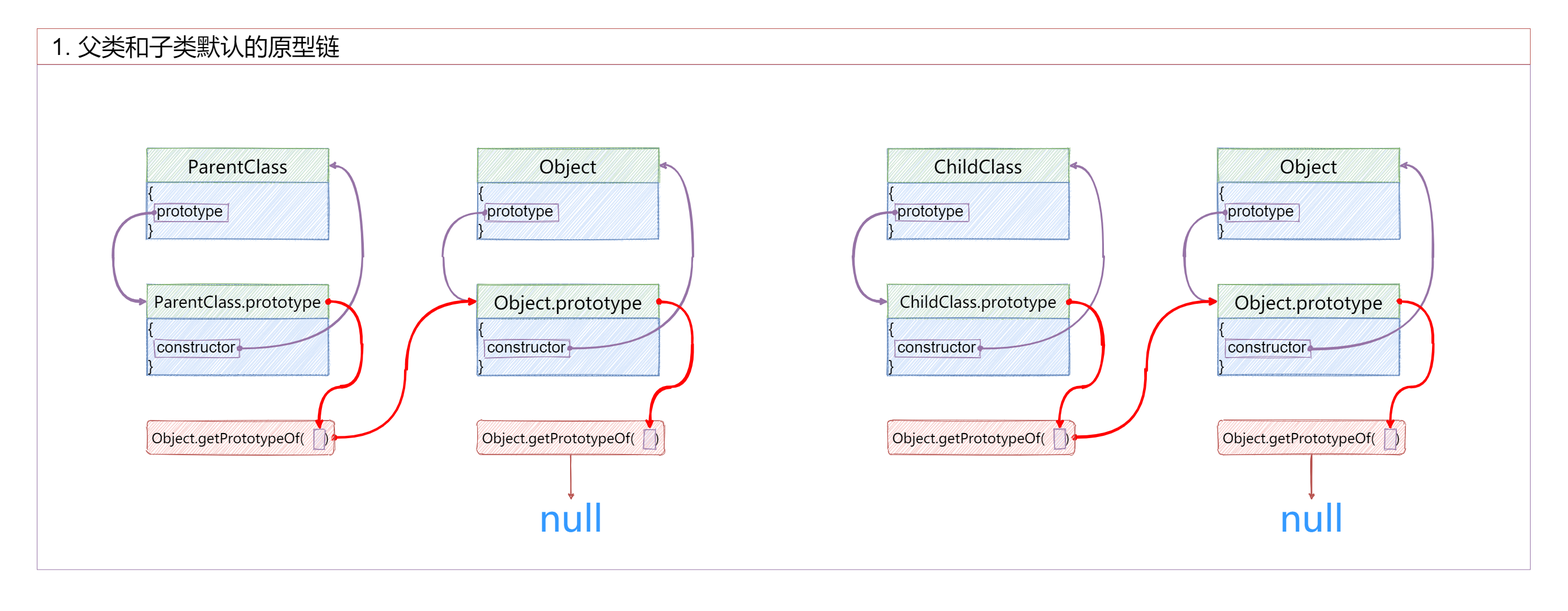
Above: 04_JavaScript高级语法/07_继承/image/03_寄生组合式继承解析2.png in ywanzhou/Learn-front-end-from-scratc (draw.io), before the change. Source tidied: cells renumbered, new cells last; positions are measured from the earlier drawing's top-left corner, leaving out a move shared by most shapes.
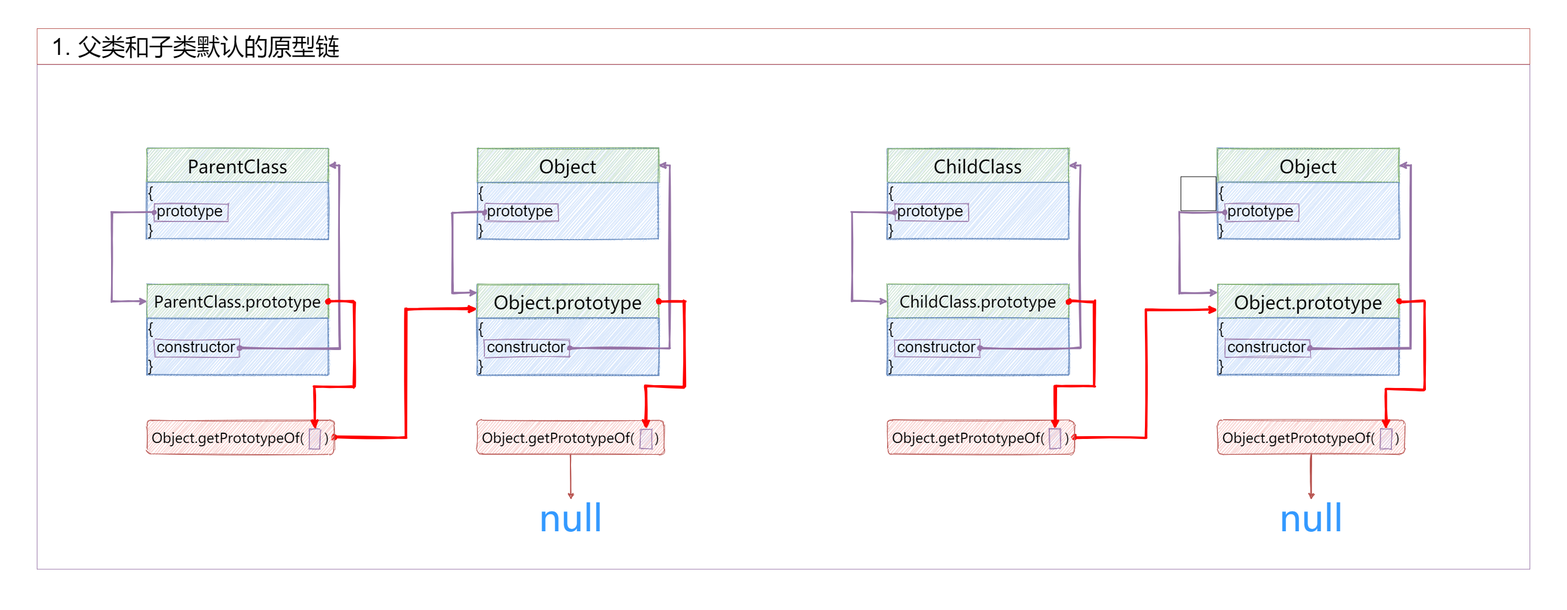
After the change.

What changed in the source:
```diff
@@ -2,6 +2,9 @@
   <root>
     <mxCell id="0" />
     <mxCell id="1" parent="0" />
+    <mxCell id="68" style="rounded=0;whiteSpace=wrap;html=1;fillColor=none;strokeColor=none;" parent="1" vertex="1">
+      <mxGeometry width="2765" height="1076" as="geometry" />
+    </mxCell>
     <mxCell id="2" style="rounded=0;whiteSpace=wrap;html=1;strokeColor=#9673a6;fillColor=none;" parent="1" vertex="1">
       <mxGeometry x="65" y="113.5" width="2635" height="891" as="geometry" />
     </mxCell>
@@ -26,24 +29,19 @@
     <mxCell id="9" value="&lt;font style=&quot;font-size: 28px&quot;&gt;{&lt;br&gt;&amp;nbsp; constructor&lt;br&gt;}&lt;/font&gt;" style="rounded=0;whiteSpace=wrap;html=1;fillColor=#dae8fc;strokeColor=#6c8ebf;align=left;sketch=1;" parent="1" vertex="1">
       <mxGeometry x="842" y="561.5" width="320" height="100" as="geometry" />
     </mxCell>
-    <mxCell id="10" style="edgeStyle=orthogonalEdgeStyle;curved=1;rounded=0;jettySize=auto;html=1;exitX=0;exitY=0.5;exitDx=0;exitDy=0;entryX=0;entryY=0.5;entryDx=0;entryDy=0;strokeWidth=3;fillColor=#e1d5e7;strokeColor=#9673a6;sketch=1;startArrow=oval;startFill=1;" parent="1" edge="1" source="11" target="6">
+    <mxCell id="10" style="edgeStyle=orthogonalEdgeStyle;rounded=0;jettySize=auto;html=1;exitX=0;exitY=0.5;exitDx=0;exitDy=0;entryX=0;entryY=0.25;entryDx=0;entryDy=0;strokeWidth=3;fillColor=#e1d5e7;strokeColor=#9673a6;sketch=1;startArrow=oval;startFill=1;" parent="1" edge="1" source="11" target="6">
       <mxGeometry relative="1" as="geometry">
         <Array as="points">
-          <mxPoint x="782" y="374.5" />
-          <mxPoint x="782" y="531.5" />
+          <mxPoint x="798" y="375" />
+          <mxPoint x="798" y="517" />
         </Array>
       </mxGeometry>
     </mxCell>
     <mxCell id="11" style="rounded=0;whiteSpace=wrap;html=1;strokeColor=#9673a6;fillColor=none;sketch=1;" parent="1" vertex="1">
       <mxGeometry x="855" y="359" width="130" height="31" as="geometry" />
     </mxCell>
-    <mxCell id="12" style="edgeStyle=orthogonalEdgeStyle;curved=1;rounded=0;jettySize=auto;html=1;exitX=1;exitY=0.5;exitDx=0;exitDy=0;entryX=1;entryY=0.5;entryDx=0;entryDy=0;strokeWidth=3;fillColor=#e1d5e7;strokeColor=#9673a6;sketch=1;startArrow=oval;startFill=1;" parent="1" edge="1" source="13" target="4">
-      <mxGeometry relative="1" as="geometry">
-        <Array as="points">
-          <mxPoint x="1222" y="614.5" />
-          <mxPoint x="1222" y="291.5" />
-        </Array>
-      </mxGeometry>
+    <mxCell id="12" style="edgeStyle=orthogonalEdgeStyle;rounded=0;jettySize=auto;html=1;exitX=1;exitY=0.5;exitDx=0;exitDy=0;entryX=1;entryY=0.5;entryDx=0;entryDy=0;strokeWidth=3;fillColor=#e1d5e7;strokeColor=#9673a6;sketch=1;startArrow=oval;startFill=1;" parent="1" edge="1" source="13" target="4">
+      <mxGeometry relative="1" as="geometry" />
     </mxCell>
     <mxCell id="13" style="rounded=0;whiteSpace=wrap;html=1;strokeColor=#9673a6;fillColor=none;sketch=1;" parent="1" vertex="1">
       <mxGeometry x="855" y="599" width="150" height="31" as="geometry" />
@@ -55,14 +53,14 @@
       <mxGeometry x="842" y="741.5" width="330" height="60" as="geometry" />
     </mxCell>
     <mxCell id="16" style="rounded=0;whiteSpace=wrap;html=1;fillColor=#e1d5e7;strokeColor=#9673a6;sketch=1;" parent="1" vertex="1">
-      <mxGeometry x="1136" y="757" width="20" height="35" as="geometry" />
+      <mxGeometry x="1130" y="757" width="20" height="35" as="geometry" />
     </mxCell>
-    <mxCell id="17" style="edgeStyle=orthogonalEdgeStyle;curved=1;rounded=0;jettySize=auto;html=1;exitX=1;exitY=0.5;exitDx=0;exitDy=0;entryX=0.5;entryY=0;entryDx=0;entryDy=0;strokeWidth=4;fillColor=#f8cecc;sketch=1;startArrow=oval;startFill=1;strokeColor=#FF0000;" parent="1" edge="1" source="6" target="16">
+    <mxCell id="17" style="edgeStyle=orthogonalEdgeStyle;rounded=0;jettySize=auto;html=1;exitX=1;exitY=0.5;exitDx=0;exitDy=0;entryX=0.5;entryY=0;entryDx=0;entryDy=0;strokeWidth=4;fillColor=#f8cecc;sketch=1;startArrow=oval;startFill=1;strokeColor=#FF0000;" parent="1" edge="1" source="6" target="16">
       <mxGeometry relative="1" as="geometry">
         <Array as="points">
-          <mxPoint x="1222" y="531.5" />
-          <mxPoint x="1222" y="681.5" />
-          <mxPoint x="1146" y="681.5" />
+          <mxPoint x="1208" y="532" />
+          <mxPoint x="1208" y="682" />
+          <mxPoint x="1140" y="682" />
         </Array>
       </mxGeometry>
     </mxCell>
@@ -90,53 +88,40 @@
     <mxCell id="25" value="&lt;font style=&quot;font-size: 28px&quot;&gt;{&lt;br&gt;&amp;nbsp; constructor&lt;br&gt;}&lt;/font&gt;" style="rounded=0;whiteSpace=wrap;html=1;fillColor=#dae8fc;strokeColor=#6c8ebf;align=left;sketch=1;" parent="1" vertex="1">
       <mxGeometry x="259" y="561.5" width="320" height="100" as="geometry" />
     </mxCell>
-    <mxCell id="26" style="edgeStyle=orthogonalEdgeStyle;curved=1;rounded=0;jettySize=auto;html=1;exitX=0;exitY=0.5;exitDx=0;exitDy=0;entryX=0;entryY=0.5;entryDx=0;entryDy=0;strokeWidth=3;fillColor=#e1d5e7;strokeColor=#9673a6;sketch=1;" parent="1" edge="1" source="27" target="22">
-      <mxGeometry relative="1" as="geometry">
-        <Array as="points">
-          <mxPoint x="199" y="374.5" />
-          <mxPoint x="199" y="531.5" />
-        </Array>
-      </mxGeometry>
-    </mxCell>
     <mxCell id="27" style="rounded=0;whiteSpace=wrap;html=1;strokeColor=#9673a6;fillColor=none;sketch=1;" parent="1" vertex="1">
       <mxGeometry x="272" y="359" width="130" height="31" as="geometry" />
     </mxCell>
-    <mxCell id="28" style="edgeStyle=orthogonalEdgeStyle;curved=1;rounded=0;jettySize=auto;html=1;exitX=1;exitY=0.5;exitDx=0;exitDy=0;entryX=1;entryY=0.5;entryDx=0;entryDy=0;strokeWidth=3;fillColor=#e1d5e7;strokeColor=#9673a6;sketch=1;startArrow=oval;startFill=1;" parent="1" edge="1" source="29" target="20">
-      <mxGeometry relative="1" as="geometry">
-        <Array as="points">
-          <mxPoint x="639" y="614.5" />
-          <mxPoint x="639" y="291.5" />
-        </Array>
-      </mxGeometry>
+    <mxCell id="28" style="edgeStyle=orthogonalEdgeStyle;rounded=0;jettySize=auto;html=1;exitX=1;exitY=0.5;exitDx=0;exitDy=0;entryX=1;entryY=0.5;entryDx=0;entryDy=0;strokeWidth=3;fillColor=#e1d5e7;strokeColor=#9673a6;sketch=1;startArrow=oval;startFill=1;" parent="1" edge="1" source="29" target="20">
+      <mxGeometry relative="1" as="geometry" />
     </mxCell>
     <mxCell id="29" style="rounded=0;whiteSpace=wrap;html=1;strokeColor=#9673a6;fillColor=none;sketch=1;" parent="1" vertex="1">
       <mxGeometry x="272" y="599" width="150" height="31" as="geometry" />
     </mxCell>
-    <mxCell id="30" style="edgeStyle=orthogonalEdgeStyle;curved=1;rounded=0;jettySize=auto;html=1;exitX=1;exitY=0.5;exitDx=0;exitDy=0;entryX=0;entryY=0.5;entryDx=0;entryDy=0;strokeWidth=4;fillColor=#f8cecc;sketch=1;startArrow=oval;startFill=1;strokeColor=#FF0000;" parent="1" edge="1" source="31" target="6">
+    <mxCell id="30" style="edgeStyle=orthogonalEdgeStyle;rounded=0;jettySize=auto;html=1;exitX=1;exitY=0.5;exitDx=0;exitDy=0;entryX=-0.001;entryY=0.728;entryDx=0;entryDy=0;strokeWidth=4;fillColor=#f8cecc;sketch=1;startArrow=oval;startFill=1;strokeColor=#FF0000;entryPerimeter=0;" parent="1" edge="1" source="31" target="6">
       <mxGeometry relative="1" as="geometry" />
     </mxCell>
     <mxCell id="31" value="&lt;font face=&quot;ZCOOL KuaiLe&quot; style=&quot;font-size: 24px&quot;&gt;Object.getPrototypeOf(&lt;/font&gt;&lt;font face=&quot;ZCOOL KuaiLe&quot; size=&quot;1&quot;&gt;&amp;nbsp; &amp;nbsp; &amp;nbsp; &amp;nbsp; &amp;nbsp; &amp;nbsp;&amp;nbsp;&lt;/font&gt;&lt;font face=&quot;ZCOOL KuaiLe&quot; style=&quot;font-size: 24px&quot;&gt;)&lt;/font&gt;" style="rounded=1;whiteSpace=wrap;html=1;fillColor=#f8cecc;strokeColor=#b85450;sketch=1;" parent="1" vertex="1">
       <mxGeometry x="259" y="741.5" width="330" height="60" as="geometry" />
     </mxCell>
     <mxCell id="32" style="rounded=0;whiteSpace=wrap;html=1;fillColor=#e1d5e7;strokeColor=#9673a6;sketch=1;" parent="1" vertex="1">
-      <mxGeometry x="553" y="757" width="20" height="35" as="geometry" />
+      <mxGeometry x="545" y="757" width="20" height="35" as="geometry" />
     </mxCell>
-    <mxCell id="33" style="edgeStyle=orthogonalEdgeStyle;curved=1;rounded=0;jettySize=auto;html=1;exitX=1;exitY=0.5;exitDx=0;exitDy=0;entryX=0.5;entryY=0;entryDx=0;entryDy=0;strokeWidth=4;fillColor=#f8cecc;sketch=1;startArrow=oval;startFill=1;strokeColor=#FF0000;" parent="1" edge="1" source="22" target="32">
+    <mxCell id="33" style="edgeStyle=orthogonalEdgeStyle;rounded=0;jettySize=auto;html=1;exitX=1;exitY=0.5;exitDx=0;exitDy=0;entryX=0.5;entryY=0;entryDx=0;entryDy=0;strokeWidth=4;fillColor=#f8cecc;sketch=1;startArrow=oval;startFill=1;strokeColor=#FF0000;" parent="1" edge="1" source="22" target="32">
       <mxGeometry relative="1" as="geometry">
         <Array as="points">
-          <mxPoint x="639" y="531.5" />
-          <mxPoint x="639" y="681.5" />
-          <mxPoint x="563" y="681.5" />
+          <mxPoint x="624" y="531" />
+          <mxPoint x="624" y="683" />
+          <mxPoint x="555" y="683" />
         </Array>
       </mxGeometry>
     </mxCell>
-    <mxCell id="34" style="edgeStyle=orthogonalEdgeStyle;curved=1;rounded=0;orthogonalLoop=1;jettySize=auto;html=1;exitX=0;exitY=0.5;exitDx=0;exitDy=0;entryX=0;entryY=0.5;entryDx=0;entryDy=0;strokeWidth=3;fillColor=#e1d5e7;strokeColor=#9673a6;sketch=1;startArrow=oval;startFill=1;" parent="1" edge="1">
+    <mxCell id="34" style="edgeStyle=orthogonalEdgeStyle;rounded=0;orthogonalLoop=1;jettySize=auto;html=1;exitX=0;exitY=0.5;exitDx=0;exitDy=0;entryX=0;entryY=0.5;entryDx=0;entryDy=0;strokeWidth=3;fillColor=#e1d5e7;strokeColor=#9673a6;sketch=1;startArrow=oval;startFill=1;" parent="1" edge="1">
       <mxGeometry relative="1" as="geometry">
         <mxPoint x="272" y="374.5" as="sourcePoint" />
         <mxPoint x="259" y="531.5" as="targetPoint" />
         <Array as="points">
-          <mxPoint x="199" y="374.5" />
-          <mxPoint x="199" y="531.5" />
+          <mxPoint x="197" y="375" />
+          <mxPoint x="197" y="532" />
         </Array>
       </mxGeometry>
     </mxCell>
@@ -161,24 +146,19 @@
     <mxCell id="41" value="&lt;font style=&quot;font-size: 28px&quot;&gt;{&lt;br&gt;&amp;nbsp; constructor&lt;br&gt;}&lt;/font&gt;" style="rounded=0;whiteSpace=wrap;html=1;fillColor=#dae8fc;strokeColor=#6c8ebf;align=left;sketch=1;" parent="1" vertex="1">
       <mxGeometry x="2149" y="561.5" width="320" height="100" as="geometry" />
     </mxCell>
-    <mxCell id="42" style="edgeStyle=orthogonalEdgeStyle;curved=1;rounded=0;jettySize=auto;html=1;exitX=0;exitY=0.5;exitDx=0;exitDy=0;entryX=0;entryY=0.5;entryDx=0;entryDy=0;strokeWidth=3;fillColor=#e1d5e7;strokeColor=#9673a6;sketch=1;startArrow=oval;startFill=1;" parent="1" edge="1" source="43" target="38">
+    <mxCell id="42" style="edgeStyle=orthogonalEdgeStyle;rounded=0;jettySize=auto;html=1;exitX=0;exitY=0.5;exitDx=0;exitDy=0;entryX=0;entryY=0.25;entryDx=0;entryDy=0;strokeWidth=3;fillColor=#e1d5e7;strokeColor=#9673a6;sketch=1;startArrow=oval;startFill=1;" parent="1" edge="1" source="43" target="38">
       <mxGeometry relative="1" as="geometry">
         <Array as="points">
-          <mxPoint x="2089" y="374.5" />
-          <mxPoint x="2089" y="531.5" />
+          <mxPoint x="2082" y="374" />
+          <mxPoint x="2082" y="516" />
         </Array>
       </mxGeometry>
     </mxCell>
     <mxCell id="43" style="rounded=0;whiteSpace=wrap;html=1;strokeColor=#9673a6;fillColor=none;sketch=1;" parent="1" vertex="1">
       <mxGeometry x="2162" y="359" width="130" height="31" as="geometry" />
     </mxCell>
-    <mxCell id="44" style="edgeStyle=orthogonalEdgeStyle;curved=1;rounded=0;jettySize=auto;html=1;exitX=1;exitY=0.5;exitDx=0;exitDy=0;entryX=1;entryY=0.5;entryDx=0;entryDy=0;strokeWidth=3;fillColor=#e1d5e7;strokeColor=#9673a6;sketch=1;startArrow=oval;startFill=1;" parent="1" edge="1" source="45" target="36">
-      <mxGeometry relative="1" as="geometry">
-        <Array as="points">
-          <mxPoint x="2529" y="614.5" />
-          <mxPoint x="2529" y="291.5" />
-        </Array>
-      </mxGeometry>
+    <mxCell id="44" style="edgeStyle=orthogonalEdgeStyle;rounded=0;jettySize=auto;html=1;exitX=1;exitY=0.5;exitDx=0;exitDy=0;entryX=1;entryY=0.5;entryDx=0;entryDy=0;strokeWidth=3;fillColor=#e1d5e7;strokeColor=#9673a6;sketch=1;startArrow=oval;startFill=1;" parent="1" edge="1" source="45" target="36">
+      <mxGeometry relative="1" as="geometry" />
     </mxCell>
     <mxCell id="45" style="rounded=0;whiteSpace=wrap;html=1;strokeColor=#9673a6;fillColor=none;sketch=1;" parent="1" vertex="1">
       <mxGeometry x="2162" y="599" width="150" height="31" as="geometry" />
@@ -190,14 +170,14 @@
       <mxGeometry x="2149" y="741.5" width="330" height="60" as="geometry" />
     </mxCell>
     <mxCell id="48" style="rounded=0;whiteSpace=wrap;html=1;fillColor=#e1d5e7;strokeColor=#9673a6;sketch=1;" parent="1" vertex="1">
-      <mxGeometry x="2443" y="757" width="20" height="35" as="geometry" />
+      <mxGeometry x="2436" y="757" width="20" height="35" as="geometry" />
     </mxCell>
-    <mxCell id="49" style="edgeStyle=orthogonalEdgeStyle;curved=1;rounded=0;jettySize=auto;html=1;exitX=1;exitY=0.5;exitDx=0;exitDy=0;entryX=0.5;entryY=0;entryDx=0;entryDy=0;strokeWidth=4;fillColor=#f8cecc;sketch=1;startArrow=oval;startFill=1;strokeColor=#FF0000;" parent="1" edge="1" source="38" target="48">
+    <mxCell id="49" style="edgeStyle=orthogonalEdgeStyle;rounded=0;jettySize=auto;html=1;exitX=1;exitY=0.5;exitDx=0;exitDy=0;entryX=0.5;entryY=0;entryDx=0;entryDy=0;strokeWidth=4;fillColor=#f8cecc;sketch=1;startArrow=oval;startFill=1;strokeColor=#FF0000;" parent="1" edge="1" source="38" target="48">
       <mxGeometry relative="1" as="geometry">
         <Array as="points">
-          <mxPoint x="2529" y="531.5" />
-          <mxPoint x="2529" y="681.5" />
-          <mxPoint x="2453" y="681.5" />
+          <mxPoint x="2514" y="532" />
+          <mxPoint x="2514" y="687" />
+          <mxPoint x="2446" y="687" />
         </Array>
       </mxGeometry>
     </mxCell>
@@ -225,61 +205,48 @@
     <mxCell id="57" value="&lt;font style=&quot;font-size: 28px&quot;&gt;{&lt;br&gt;&amp;nbsp; constructor&lt;br&gt;}&lt;/font&gt;" style="rounded=0;whiteSpace=wrap;html=1;fillColor=#dae8fc;strokeColor=#6c8ebf;align=left;sketch=1;" parent="1" vertex="1">
       <mxGeometry x="1566" y="561.5" width="320" height="100" as="geometry" />
     </mxCell>
-    <mxCell id="58" style="edgeStyle=orthogonalEdgeStyle;curved=1;rounded=0;jettySize=auto;html=1;exitX=0;exitY=0.5;exitDx=0;exitDy=0;entryX=0;entryY=0.5;entryDx=0;entryDy=0;strokeWidth=3;fillColor=#e1d5e7;strokeColor=#9673a6;sketch=1;" parent="1" edge="1" source="59" target="54">
-      <mxGeometry relative="1" as="geometry">
-        <Array as="points">
-          <mxPoint x="1506" y="374.5" />
-          <mxPoint x="1506" y="531.5" />
-        </Array>
-      </mxGeometry>
-    </mxCell>
     <mxCell id="59" style="rounded=0;whiteSpace=wrap;html=1;strokeColor=#9673a6;fillColor=none;sketch=1;" parent="1" vertex="1">
       <mxGeometry x="1579" y="359" width="130" height="31" as="geometry" />
     </mxCell>
-    <mxCell id="60" style="edgeStyle=orthogonalEdgeStyle;curved=1;rounded=0;jettySize=auto;html=1;exitX=1;exitY=0.5;exitDx=0;exitDy=0;entryX=1;entryY=0.5;entryDx=0;entryDy=0;strokeWidth=3;fillColor=#e1d5e7;strokeColor=#9673a6;sketch=1;startArrow=oval;startFill=1;" parent="1" edge="1" source="61" target="52">
-      <mxGeometry relative="1" as="geometry">
-        <Array as="points">
-          <mxPoint x="1946" y="614.5" />
-          <mxPoint x="1946" y="291.5" />
-        </Array>
-      </mxGeometry>
+    <mxCell id="60" style="edgeStyle=orthogonalEdgeStyle;rounded=0;jettySize=auto;html=1;exitX=1;exitY=0.5;exitDx=0;exitDy=0;entryX=1;entryY=0.5;entryDx=0;entryDy=0;strokeWidth=3;fillColor=#e1d5e7;strokeColor=#9673a6;sketch=1;startArrow=oval;startFill=1;" parent="1" edge="1" source="61" target="52">
+      <mxGeometry relative="1" as="geometry" />
     </mxCell>
     <mxCell id="61" style="rounded=0;whiteSpace=wrap;html=1;strokeColor=#9673a6;fillColor=none;sketch=1;" parent="1" vertex="1">
       <mxGeometry x="1579" y="599" width="150" height="31" as="geometry" />
     </mxCell>
-    <mxCell id="62" style="edgeStyle=orthogonalEdgeStyle;curved=1;rounded=0;jettySize=auto;html=1;exitX=1;exitY=0.5;exitDx=0;exitDy=0;entryX=0;entryY=0.5;entryDx=0;entryDy=0;strokeWidth=4;fillColor=#f8cecc;sketch=1;startArrow=oval;startFill=1;strokeColor=#FF0000;" parent="1" edge="1" source="63" target="38">
+    <mxCell id="62" style="edgeStyle=orthogonalEdgeStyle;rounded=0;jettySize=auto;html=1;exitX=1;exitY=0.5;exitDx=0;exitDy=0;entryX=0;entryY=0.75;entryDx=0;entryDy=0;strokeWidth=4;fillColor=#f8cecc;sketch=1;startArrow=oval;startFill=1;strokeColor=#FF0000;" parent="1" edge="1" source="63" target="38">
       <mxGeometry relative="1" as="geometry" />
     </mxCell>
     <mxCell id="63" value="&lt;font face=&quot;ZCOOL KuaiLe&quot; style=&quot;font-size: 24px&quot;&gt;Object.getPrototypeOf(&lt;/font&gt;&lt;font face=&quot;ZCOOL KuaiLe&quot; size=&quot;1&quot;&gt;&amp;nbsp; &amp;nbsp; &amp;nbsp; &amp;nbsp; &amp;nbsp; &amp;nbsp;&amp;nbsp;&lt;/font&gt;&lt;font face=&quot;ZCOOL KuaiLe&quot; style=&quot;font-size: 24px&quot;&gt;)&lt;/font&gt;" style="rounded=1;whiteSpace=wrap;html=1;fillColor=#f8cecc;strokeColor=#b85450;sketch=1;" parent="1" vertex="1">
       <mxGeometry x="1566" y="741.5" width="330" height="60" as="geometry" />
     </mxCell>
     <mxCell id="64" style="rounded=0;whiteSpace=wrap;html=1;fillColor=#e1d5e7;strokeColor=#9673a6;sketch=1;" parent="1" vertex="1">
-      <mxGeometry x="1860" y="757" width="20" height="35" as="geometry" />
+      <mxGeometry x="1852" y="757" width="20" height="35" as="geometry" />
     </mxCell>
-    <mxCell id="65" style="edgeStyle=orthogonalEdgeStyle;curved=1;rounded=0;jettySize=auto;html=1;exitX=1;exitY=0.5;exitDx=0;exitDy=0;entryX=0.5;entryY=0;entryDx=0;entryDy=0;strokeWidth=4;fillColor=#f8cecc;sketch=1;startArrow=oval;startFill=1;strokeColor=#FF0000;" parent="1" edge="1" source="54" target="64">
+    <mxCell id="65" style="edgeStyle=orthogonalEdgeStyle;rounded=0;jettySize=auto;html=1;exitX=1;exitY=0.5;exitDx=0;exitDy=0;entryX=0.5;entryY=0;entryDx=0;entryDy=0;strokeWidth=4;fillColor=#f8cecc;sketch=1;startArrow=oval;startFill=1;strokeColor=#FF0000;" parent="1" edge="1" source="54" target="64">
       <mxGeometry relative="1" as="geometry">
         <Array as="points">
-          <mxPoint x="1946" y="531.5" />
-          <mxPoint x="1946" y="681.5" />
-          <mxPoint x="1870" y="681.5" />
+          <mxPoint x="1931" y="532" />
+          <mxPoint x="1931" y="681" />
+          <mxPoint x="1862" y="681" />
         </Array>
       </mxGeometry>
     </mxCell>
-    <mxCell id="66" style="edgeStyle=orthogonalEdgeStyle;curved=1;rounded=0;orthogonalLoop=1;jettySize=auto;html=1;exitX=0;exitY=0.5;exitDx=0;exitDy=0;entryX=0;entryY=0.5;entryDx=0;entryDy=0;strokeWidth=3;fillColor=#e1d5e7;strokeColor=#9673a6;sketch=1;startArrow=oval;startFill=1;" parent="1" edge="1">
+    <mxCell id="66" style="edgeStyle=orthogonalEdgeStyle;rounded=0;orthogonalLoop=1;jettySize=auto;html=1;exitX=0;exitY=0.5;exitDx=0;exitDy=0;entryX=0;entryY=0.5;entryDx=0;entryDy=0;strokeWidth=3;fillColor=#e1d5e7;strokeColor=#9673a6;sketch=1;startArrow=oval;startFill=1;" parent="1" edge="1">
       <mxGeometry relative="1" as="geometry">
         <mxPoint x="1579" y="374.5" as="sourcePoint" />
         <mxPoint x="1566" y="531.5" as="targetPoint" />
         <Array as="points">
-          <mxPoint x="1506" y="374.5" />
-          <mxPoint x="1506" y="531.5" />
+          <mxPoint x="1503" y="375" />
+          <mxPoint x="1503" y="532" />
         </Array>
       </mxGeometry>
     </mxCell>
     <mxCell id="67" value="&lt;font style=&quot;font-size: 42px&quot;&gt;&amp;nbsp; 1. 父类和子类默认的原型链&lt;/font&gt;" style="text;html=1;align=left;verticalAlign=middle;whiteSpace=wrap;rounded=0;strokeColor=#b85450;" parent="1" vertex="1">
       <mxGeometry x="65" y="50" width="2635" height="63" as="geometry" />
     </mxCell>
-    <mxCell id="68" style="rounded=0;whiteSpace=wrap;html=1;fillColor=none;strokeColor=none;" parent="1" vertex="1">
-      <mxGeometry width="2765" height="1076" as="geometry" />
-    </mxCell>
+    <mxCell id="69" style="rounded=0;whiteSpace=wrap;html=1;" parent="1" vertex="1">
+      <mxGeometry x="2084" y="311.5" width="62" height="60" as="geometry" />
+    </mxCell>
   </root>
 </mxGraphModel>
```
